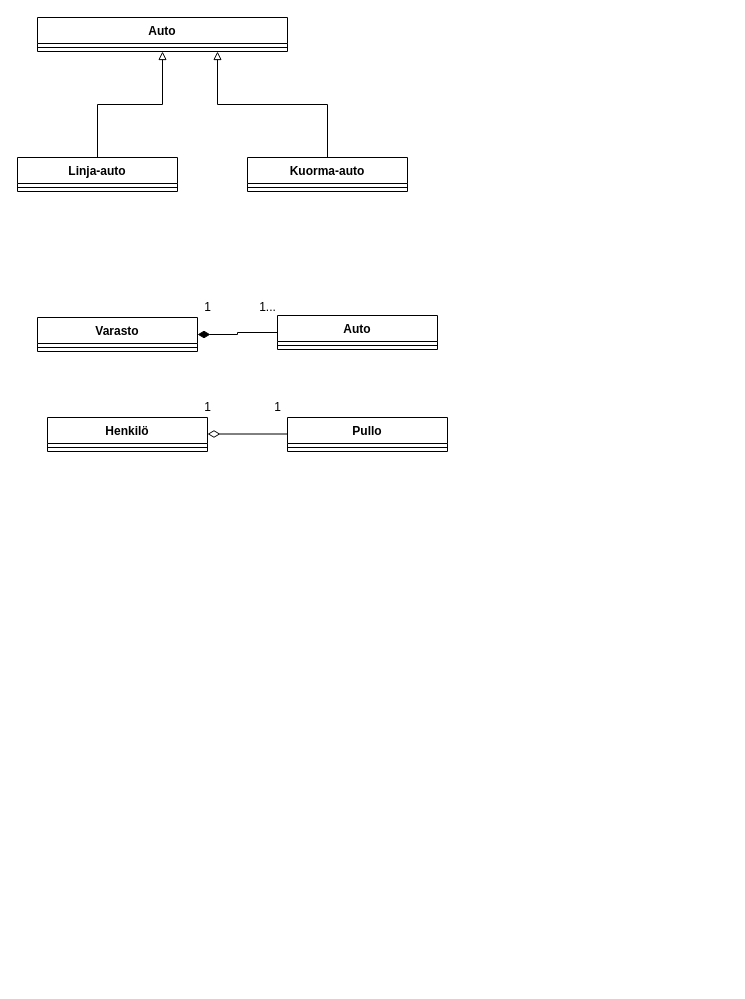
DeveloperLauri/UML-charts-draw.io keeps this draw.io diagram as UML/SW ENG course/linja-auto ja kuorma-auto.drawio. Above is the earlier version. Source tidied: cells renumbered, new cells numbered last; positions are measured from the earlier drawing's top-left corner, leaving out a move shared by most shapes. Both pictures are drawn from the tidied source at 100%, with x=0, y=0 at pixel (17, 17).
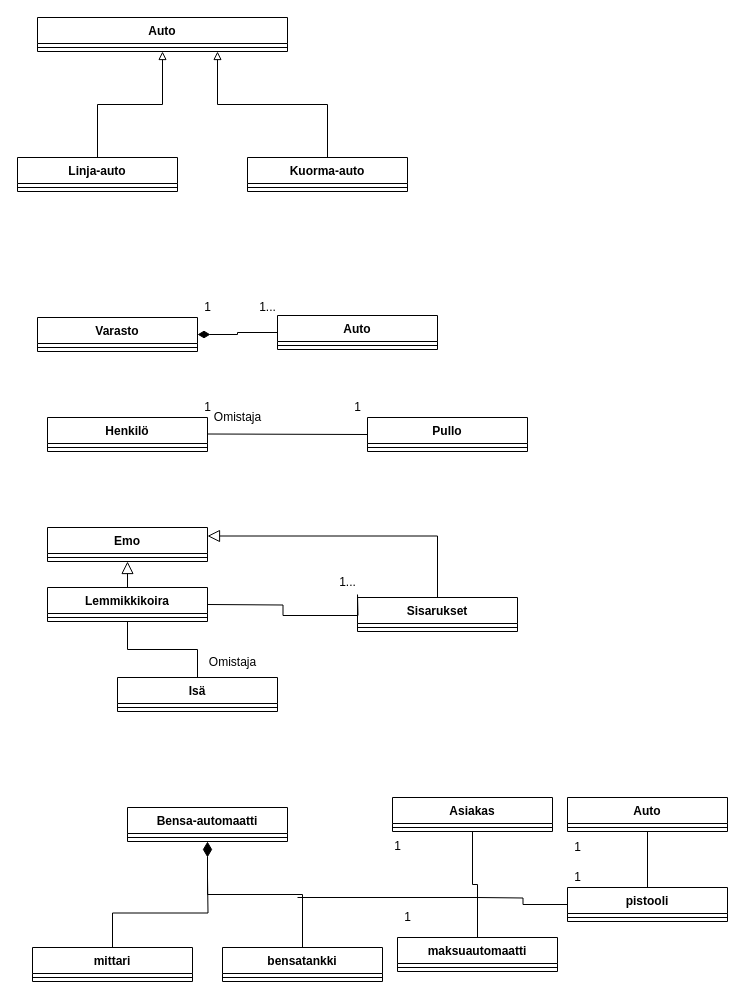
The same page after the edit.

Change to the diagram source:
```diff
@@
     <mxCell id="19" value="Pullo" style="swimlane;fontStyle=1;align=center;verticalAlign=top;horizontal=1;startSize=26;" parent="1" vertex="1">
-      <mxGeometry x="270" y="400" width="160" height="34" as="geometry" />
+      <mxGeometry x="350" y="400" width="160" height="34" as="geometry" />
     </mxCell>
@@
-    <mxCell id="21" style="edgeStyle=orthogonalEdgeStyle;rounded=0;orthogonalLoop=1;jettySize=auto;html=1;entryX=1;entryY=0.5;entryDx=0;entryDy=0;endArrow=diamondThin;endFill=0;endSize=10;" parent="1" edge="1">
+    <mxCell id="21" style="edgeStyle=orthogonalEdgeStyle;rounded=0;jettySize=auto;html=1;entryX=1;entryY=0.5;entryDx=0;entryDy=0;endArrow=none;endFill=0;endSize=10;exitX=0;exitY=0.5;exitDx=0;exitDy=0;" parent="1" edge="1" source="19">
       <mxGeometry relative="1" as="geometry">
-        <mxPoint x="270" y="416.5" as="sourcePoint" />
         <mxPoint x="190" y="416.5" as="targetPoint" />
       </mxGeometry>
     </mxCell>
     <mxCell id="22" value="1" style="text;html=1;align=center;verticalAlign=middle;strokeColor=none;fillColor=none;" parent="1" vertex="1">
-      <mxGeometry x="245" y="375" width="30" height="30" as="geometry" />
+      <mxGeometry x="325" y="375" width="30" height="30" as="geometry" />
     </mxCell>
@@
+    <mxCell id="24" value="Omistaja" style="text;html=1;align=center;verticalAlign=middle;strokeColor=none;fillColor=none;" parent="1" vertex="1">
+      <mxGeometry x="185" y="385" width="70" height="30" as="geometry" />
+    </mxCell>
+    <mxCell id="25" style="edgeStyle=orthogonalEdgeStyle;rounded=0;jettySize=auto;html=1;exitX=0.5;exitY=0;exitDx=0;exitDy=0;entryX=0.5;entryY=1;entryDx=0;entryDy=0;endArrow=block;endFill=0;endSize=10;" parent="1" edge="1" source="26" target="33">
+      <mxGeometry relative="1" as="geometry" />
+    </mxCell>
+    <mxCell id="26" value="Lemmikkikoira" style="swimlane;fontStyle=1;align=center;verticalAlign=top;horizontal=1;startSize=26;" parent="1" vertex="1">
+      <mxGeometry x="30" y="570" width="160" height="34" as="geometry" />
+    </mxCell>
+    <mxCell id="27" style="line;strokeWidth=1;fillColor=none;align=left;verticalAlign=middle;spacingTop=-1;spacingLeft=3;spacingRight=3;labelPosition=right;strokeColor=inherit;" parent="26" vertex="1">
+      <mxGeometry y="26" width="160" height="8" as="geometry" />
+    </mxCell>
+    <mxCell id="28" style="edgeStyle=orthogonalEdgeStyle;rounded=0;jettySize=auto;html=1;exitX=0.5;exitY=0;exitDx=0;exitDy=0;entryX=1;entryY=0.25;entryDx=0;entryDy=0;endArrow=block;endFill=0;endSize=10;" parent="1" edge="1" source="29" target="33">
+      <mxGeometry relative="1" as="geometry" />
+    </mxCell>
+    <mxCell id="29" value="Sisarukset" style="swimlane;fontStyle=1;align=center;verticalAlign=top;horizontal=1;startSize=26;" parent="1" vertex="1">
+      <mxGeometry x="340" y="580" width="160" height="34" as="geometry" />
+    </mxCell>
+    <mxCell id="30" style="line;strokeWidth=1;fillColor=none;align=left;verticalAlign=middle;spacingTop=-1;spacingLeft=3;spacingRight=3;labelPosition=right;strokeColor=inherit;" parent="29" vertex="1">
+      <mxGeometry y="26" width="160" height="8" as="geometry" />
+    </mxCell>
+    <mxCell id="31" style="edgeStyle=orthogonalEdgeStyle;rounded=0;orthogonalLoop=1;jettySize=auto;html=1;entryX=0;entryY=0.5;entryDx=0;entryDy=0;endArrow=none;endFill=0;endSize=10;" parent="1" edge="1">
+      <mxGeometry relative="1" as="geometry">
+        <mxPoint x="190" y="587" as="sourcePoint" />
+        <mxPoint x="340" y="577" as="targetPoint" />
+      </mxGeometry>
+    </mxCell>
+    <mxCell id="32" value="1..." style="text;html=1;align=center;verticalAlign=middle;strokeColor=none;fillColor=none;" parent="1" vertex="1">
+      <mxGeometry x="310" y="550" width="40" height="30" as="geometry" />
+    </mxCell>
+    <mxCell id="33" value="Emo" style="swimlane;fontStyle=1;align=center;verticalAlign=top;horizontal=1;startSize=26;" parent="1" vertex="1">
+      <mxGeometry x="30" y="510" width="160" height="34" as="geometry" />
+    </mxCell>
+    <mxCell id="34" style="line;strokeWidth=1;fillColor=none;align=left;verticalAlign=middle;spacingTop=-1;spacingLeft=3;spacingRight=3;labelPosition=right;strokeColor=inherit;" parent="33" vertex="1">
+      <mxGeometry y="26" width="160" height="8" as="geometry" />
+    </mxCell>
+    <mxCell id="35" style="edgeStyle=orthogonalEdgeStyle;rounded=0;jettySize=auto;html=1;entryX=0.5;entryY=1;entryDx=0;entryDy=0;endArrow=none;endFill=0;endSize=10;" parent="1" edge="1" source="36" target="26">
+      <mxGeometry relative="1" as="geometry" />
+    </mxCell>
+    <mxCell id="36" value="Isä" style="swimlane;fontStyle=1;align=center;verticalAlign=top;horizontal=1;startSize=26;" parent="1" vertex="1">
+      <mxGeometry x="100" y="660" width="160" height="34" as="geometry" />
+    </mxCell>
+    <mxCell id="37" style="line;strokeWidth=1;fillColor=none;align=left;verticalAlign=middle;spacingTop=-1;spacingLeft=3;spacingRight=3;labelPosition=right;strokeColor=inherit;" parent="36" vertex="1">
+      <mxGeometry y="26" width="160" height="8" as="geometry" />
+    </mxCell>
+    <mxCell id="38" value="Omistaja" style="text;html=1;align=center;verticalAlign=middle;strokeColor=none;fillColor=none;" parent="1" vertex="1">
+      <mxGeometry x="180" y="630" width="70" height="30" as="geometry" />
+    </mxCell>
+    <mxCell id="39" style="edgeStyle=orthogonalEdgeStyle;rounded=0;jettySize=auto;html=1;exitX=0.5;exitY=1;exitDx=0;exitDy=0;entryX=0.5;entryY=0;entryDx=0;entryDy=0;endArrow=none;endFill=0;endSize=10;startArrow=diamondThin;startFill=1;startSize=13;" parent="1" edge="1" source="40" target="45">
+      <mxGeometry relative="1" as="geometry">
+        <Array as="points">
+          <mxPoint x="190" y="877" />
+          <mxPoint x="285" y="877" />
+        </Array>
+      </mxGeometry>
+    </mxCell>
+    <mxCell id="40" value="Bensa-automaatti" style="swimlane;fontStyle=1;align=center;verticalAlign=top;horizontal=1;startSize=26;" parent="1" vertex="1">
+      <mxGeometry x="110" y="790" width="160" height="34" as="geometry" />
+    </mxCell>
+    <mxCell id="41" style="line;strokeWidth=1;fillColor=none;align=left;verticalAlign=middle;spacingTop=-1;spacingLeft=3;spacingRight=3;labelPosition=right;strokeColor=inherit;" parent="40" vertex="1">
+      <mxGeometry y="26" width="160" height="8" as="geometry" />
+    </mxCell>
+    <mxCell id="42" style="edgeStyle=orthogonalEdgeStyle;rounded=0;jettySize=auto;html=1;exitX=0.5;exitY=0;exitDx=0;exitDy=0;startArrow=none;startFill=0;endArrow=none;endFill=0;endSize=10;" parent="1" edge="1" source="43">
+      <mxGeometry relative="1" as="geometry">
+        <mxPoint x="190" y="860" as="targetPoint" />
+      </mxGeometry>
+    </mxCell>
+    <mxCell id="43" value="mittari&#10;" style="swimlane;fontStyle=1;align=center;verticalAlign=top;horizontal=1;startSize=26;" parent="1" vertex="1">
+      <mxGeometry x="15" y="930" width="160" height="34" as="geometry" />
+    </mxCell>
+    <mxCell id="44" style="line;strokeWidth=1;fillColor=none;align=left;verticalAlign=middle;spacingTop=-1;spacingLeft=3;spacingRight=3;labelPosition=right;strokeColor=inherit;" parent="43" vertex="1">
+      <mxGeometry y="26" width="160" height="8" as="geometry" />
+    </mxCell>
+    <mxCell id="45" value="bensatankki" style="swimlane;fontStyle=1;align=center;verticalAlign=top;horizontal=1;startSize=26;" parent="1" vertex="1">
+      <mxGeometry x="205" y="930" width="160" height="34" as="geometry" />
+    </mxCell>
+    <mxCell id="46" style="line;strokeWidth=1;fillColor=none;align=left;verticalAlign=middle;spacingTop=-1;spacingLeft=3;spacingRight=3;labelPosition=right;strokeColor=inherit;" parent="45" vertex="1">
+      <mxGeometry y="26" width="160" height="8" as="geometry" />
+    </mxCell>
+    <mxCell id="47" style="edgeStyle=orthogonalEdgeStyle;rounded=0;jettySize=auto;html=1;startArrow=none;startFill=0;endArrow=none;endFill=0;endSize=10;" parent="1" edge="1" source="48">
+      <mxGeometry relative="1" as="geometry">
+        <mxPoint x="460" y="880" as="targetPoint" />
+      </mxGeometry>
+    </mxCell>
+    <mxCell id="48" value="pistooli" style="swimlane;fontStyle=1;align=center;verticalAlign=top;horizontal=1;startSize=26;" parent="1" vertex="1">
+      <mxGeometry x="550" y="870" width="160" height="34" as="geometry" />
+    </mxCell>
+    <mxCell id="49" style="line;strokeWidth=1;fillColor=none;align=left;verticalAlign=middle;spacingTop=-1;spacingLeft=3;spacingRight=3;labelPosition=right;strokeColor=inherit;" parent="48" vertex="1">
+      <mxGeometry y="26" width="160" height="8" as="geometry" />
+    </mxCell>
+    <mxCell id="50" style="edgeStyle=orthogonalEdgeStyle;rounded=0;jettySize=auto;html=1;exitX=0.5;exitY=0;exitDx=0;exitDy=0;startArrow=none;startFill=0;endArrow=none;endFill=0;endSize=10;" parent="1" edge="1" source="51">
+      <mxGeometry relative="1" as="geometry">
+        <mxPoint x="280" y="880" as="targetPoint" />
+        <Array as="points">
+          <mxPoint x="460" y="880" />
+        </Array>
+      </mxGeometry>
+    </mxCell>
+    <mxCell id="51" value="maksuautomaatti" style="swimlane;fontStyle=1;align=center;verticalAlign=top;horizontal=1;startSize=26;" parent="1" vertex="1">
+      <mxGeometry x="380" y="920" width="160" height="34" as="geometry" />
+    </mxCell>
+    <mxCell id="52" style="line;strokeWidth=1;fillColor=none;align=left;verticalAlign=middle;spacingTop=-1;spacingLeft=3;spacingRight=3;labelPosition=right;strokeColor=inherit;" parent="51" vertex="1">
+      <mxGeometry y="26" width="160" height="8" as="geometry" />
+    </mxCell>
+    <mxCell id="53" style="edgeStyle=orthogonalEdgeStyle;rounded=0;jettySize=auto;html=1;exitX=0.5;exitY=1;exitDx=0;exitDy=0;entryX=0.5;entryY=0;entryDx=0;entryDy=0;startArrow=none;startFill=0;endArrow=none;endFill=0;startSize=13;endSize=10;" parent="1" edge="1" source="54" target="51">
+      <mxGeometry relative="1" as="geometry" />
+    </mxCell>
+    <mxCell id="54" value="Asiakas" style="swimlane;fontStyle=1;align=center;verticalAlign=top;horizontal=1;startSize=26;" parent="1" vertex="1">
+      <mxGeometry x="375" y="780" width="160" height="34" as="geometry" />
+    </mxCell>
+    <mxCell id="55" style="line;strokeWidth=1;fillColor=none;align=left;verticalAlign=middle;spacingTop=-1;spacingLeft=3;spacingRight=3;labelPosition=right;strokeColor=inherit;" parent="54" vertex="1">
+      <mxGeometry y="26" width="160" height="8" as="geometry" />
+    </mxCell>
+    <mxCell id="56" style="edgeStyle=orthogonalEdgeStyle;rounded=0;jettySize=auto;html=1;entryX=0.5;entryY=0;entryDx=0;entryDy=0;startArrow=none;startFill=0;endArrow=none;endFill=0;startSize=13;endSize=10;" parent="1" edge="1" source="57" target="48">
+      <mxGeometry relative="1" as="geometry" />
+    </mxCell>
+    <mxCell id="57" value="Auto" style="swimlane;fontStyle=1;align=center;verticalAlign=top;horizontal=1;startSize=26;" parent="1" vertex="1">
+      <mxGeometry x="550" y="780" width="160" height="34" as="geometry" />
+    </mxCell>
+    <mxCell id="58" style="line;strokeWidth=1;fillColor=none;align=left;verticalAlign=middle;spacingTop=-1;spacingLeft=3;spacingRight=3;labelPosition=right;strokeColor=inherit;" parent="57" vertex="1">
+      <mxGeometry y="26" width="160" height="8" as="geometry" />
+    </mxCell>
+    <mxCell id="59" value="1" style="text;html=1;align=center;verticalAlign=middle;strokeColor=none;fillColor=none;" parent="1" vertex="1">
+      <mxGeometry x="545" y="815" width="30" height="30" as="geometry" />
+    </mxCell>
+    <mxCell id="60" value="1" style="text;html=1;align=center;verticalAlign=middle;strokeColor=none;fillColor=none;" parent="1" vertex="1">
+      <mxGeometry x="365" y="814" width="30" height="30" as="geometry" />
+    </mxCell>
+    <mxCell id="61" value="1" style="text;html=1;align=center;verticalAlign=middle;strokeColor=none;fillColor=none;" parent="1" vertex="1">
+      <mxGeometry x="375" y="885" width="30" height="30" as="geometry" />
+    </mxCell>
+    <mxCell id="62" value="1" style="text;html=1;align=center;verticalAlign=middle;strokeColor=none;fillColor=none;" parent="1" vertex="1">
+      <mxGeometry x="545" y="845" width="30" height="30" as="geometry" />
+    </mxCell>
```
